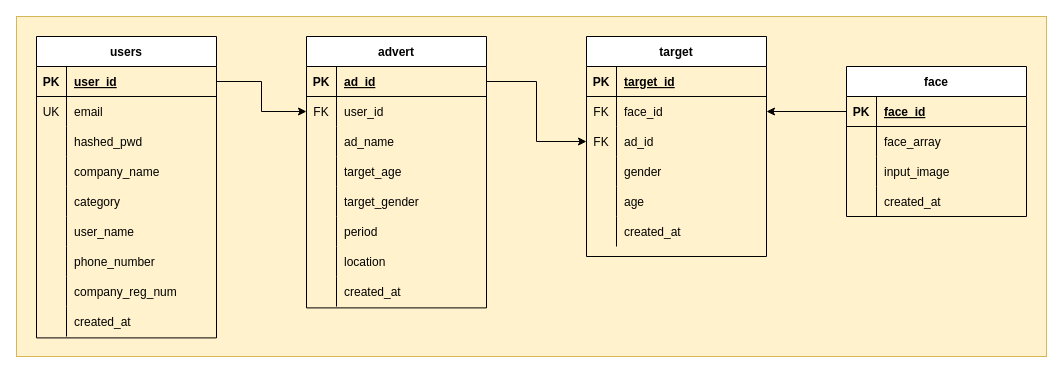
The draw.io diagram AD_Databases.drawio in jaden7856/AD_Target_Architecture, before the edit. Source tidied: cells renumbered, new cells numbered last; positions are measured from the earlier drawing's top-left corner, leaving out a move shared by most shapes. Both pictures are drawn from the tidied source at 100%, with x=0, y=0 at pixel (16, 16).
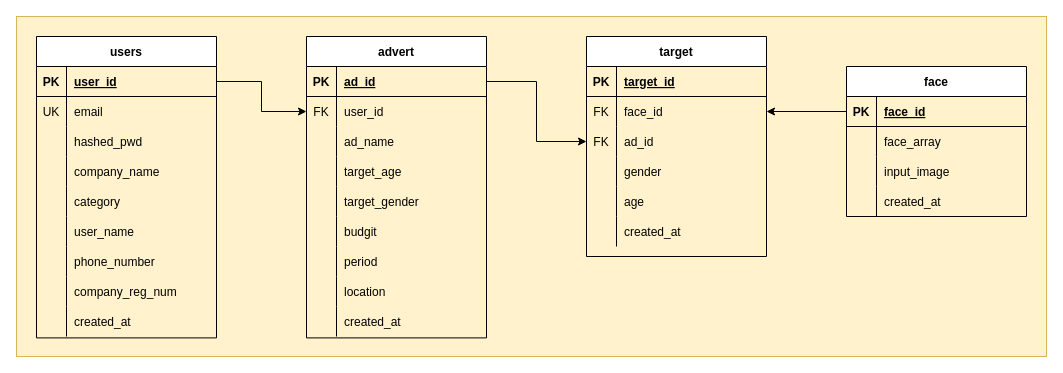
The same page after the edit.

Change to the diagram source:
```diff
@@
     <mxCell id="31" value="advert" style="shape=table;startSize=30;childLayout=tableLayout;rowLines=0;fontStyle=1;align=center;" parent="1" vertex="1">
-      <mxGeometry x="290" y="20" width="180" height="271.4" as="geometry" />
+      <mxGeometry x="290" y="20" width="180" height="301.4" as="geometry" />
     </mxCell>
@@
+    <mxCell id="91" style="shape=partialRectangle;fillColor=none;top=0;left=0;bottom=0;right=0;" parent="31" vertex="1">
+      <mxGeometry y="180" width="180" height="30" as="geometry" />
+    </mxCell>
+    <mxCell id="92" style="shape=partialRectangle;fillColor=none;top=0;left=0;bottom=0;right=0;overflow=hidden;" parent="91" vertex="1">
+      <mxGeometry width="30" height="30" as="geometry" />
+    </mxCell>
+    <mxCell id="93" value="budgit" style="shape=partialRectangle;fillColor=none;top=0;left=0;bottom=0;right=0;align=left;spacingLeft=6;overflow=hidden;" parent="91" vertex="1">
+      <mxGeometry x="30" width="150" height="30" as="geometry" />
+    </mxCell>
     <mxCell id="47" style="shape=partialRectangle;fillColor=none;top=0;left=0;bottom=0;right=0;" parent="31" vertex="1">
-      <mxGeometry y="180" width="180" height="30" as="geometry" />
+      <mxGeometry y="210" width="180" height="30" as="geometry" />
     </mxCell>
@@
     <mxCell id="50" style="shape=partialRectangle;fillColor=none;top=0;left=0;bottom=0;right=0;" parent="31" vertex="1">
-      <mxGeometry y="210" width="180" height="30" as="geometry" />
+      <mxGeometry y="240" width="180" height="30" as="geometry" />
     </mxCell>
@@
     <mxCell id="53" style="shape=partialRectangle;fillColor=none;top=0;left=0;bottom=0;right=0;" parent="31" vertex="1">
-      <mxGeometry y="240" width="180" height="30" as="geometry" />
+      <mxGeometry y="270" width="180" height="30" as="geometry" />
     </mxCell>
```
